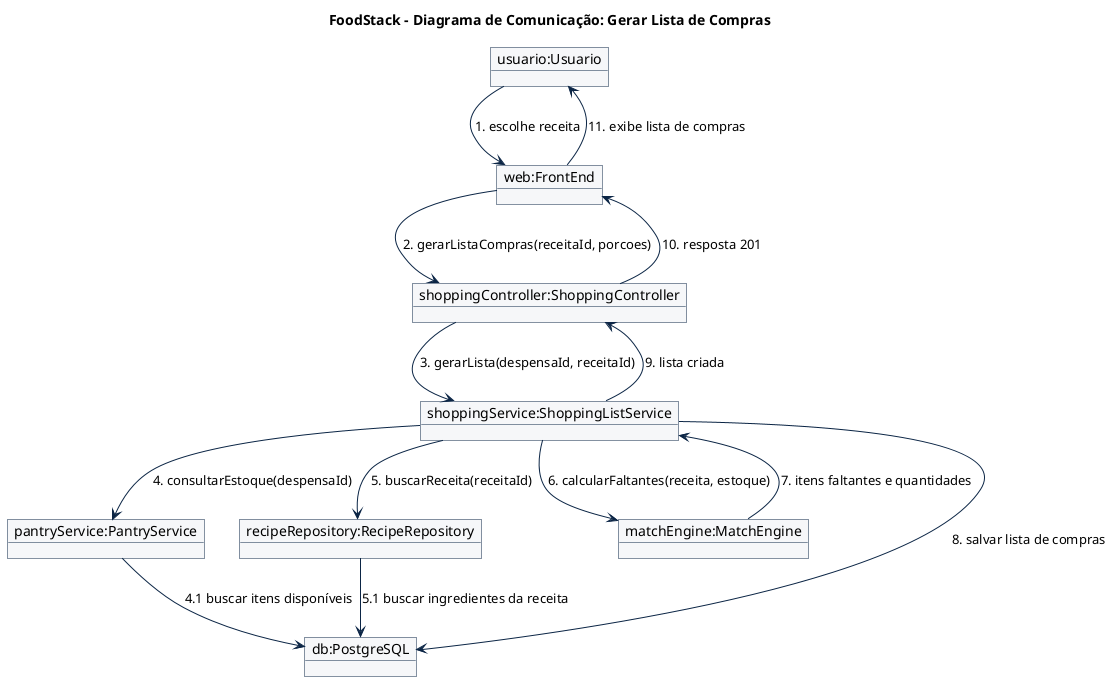
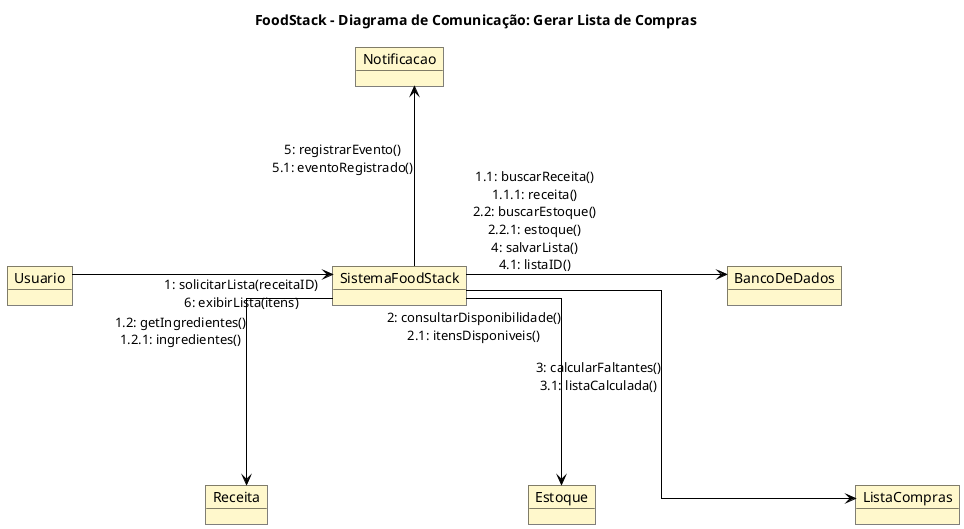
@startuml
title FoodStack - Diagrama de Comunicação: Gerar Lista de Compras

skinparam shadowing false
+ skinparam defaultFontName Arial
+ skinparam ArrowColor Black
+ skinparam linetype ortho
+ skinparam nodesep 260
+ skinparam ranksep 180
skinparam object {
-   BackgroundColor #F6F7F9
-   BorderColor #0B2545
+   BackgroundColor #FFF8CC
+   BorderColor Black
}
- skinparam ArrowColor #0B2545

- object "usuario:Usuario" as Usuario
- object "web:FrontEnd" as Web
- object "shoppingController:ShoppingController" as Controller
- object "shoppingService:ShoppingListService" as Shopping
- object "pantryService:PantryService" as Pantry
- object "recipeRepository:RecipeRepository" as RecipeRepo
- object "matchEngine:MatchEngine" as Match
- object "db:PostgreSQL" as DB
+ object "Usuario" as Usuario
+ object "SistemaFoodStack" as Sistema
+ object "BancoDeDados" as Banco
+ object "Receita" as Receita
+ object "Estoque" as Estoque
+ object "ListaCompras" as Lista
+ object "Notificacao" as Notificacao

- Usuario --> Web : 1. escolhe receita
- Web --> Controller : 2. gerarListaCompras(receitaId, porcoes)
- Controller --> Shopping : 3. gerarLista(despensaId, receitaId)
- Shopping --> Pantry : 4. consultarEstoque(despensaId)
- Pantry --> DB : 4.1 buscar itens disponíveis
- Shopping --> RecipeRepo : 5. buscarReceita(receitaId)
- RecipeRepo --> DB : 5.1 buscar ingredientes da receita
- Shopping --> Match : 6. calcularFaltantes(receita, estoque)
- Match --> Shopping : 7. itens faltantes e quantidades
- Shopping --> DB : 8. salvar lista de compras
- Shopping --> Controller : 9. lista criada
- Controller --> Web : 10. resposta 201
- Web --> Usuario : 11. exibe lista de compras
+ Notificacao -[hidden]down- Sistema
+ Usuario -[hidden]right- Sistema
+ Sistema -[hidden]right- Banco
+ Receita -[hidden]right- Estoque
+ Estoque -[hidden]right- Lista
+ Sistema -[hidden]down- Receita
+ 
+ Usuario -right-> Sistema : 1: solicitarLista(receitaID)\n6: exibirLista(itens)
+ Sistema -right-> Banco : 1.1: buscarReceita()\n1.1.1: receita()\n2.2: buscarEstoque()\n2.2.1: estoque()\n4: salvarLista()\n4.1: listaID()
+ Sistema -down-> Receita : 1.2: getIngredientes()\n1.2.1: ingredientes()
+ Sistema --> Estoque : 2: consultarDisponibilidade()\n2.1: itensDisponiveis()
+ Sistema --> Lista : 3: calcularFaltantes()\n3.1: listaCalculada()
+ Sistema -up-> Notificacao : 5: registrarEvento()\n5.1: eventoRegistrado()
@enduml
